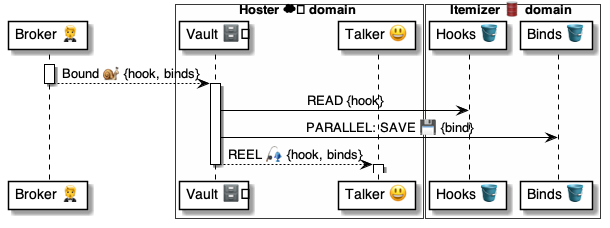
This is 4 ⚙️ Solution/41 🎭 Domain Roles/Vaults 🗄️/🗄️🅰️ Vault methods/Bound 🤵🐌🗄️/🗄️ Bound ⚙️ uml.png from pollyweb-org/pollyweb-docs, a PlantUML export, as it was before one commit. Its source is kept beside it as 4 ⚙️ Solution/41 🎭 Domain Roles/Vaults 🗄️/🗄️🅰️ Vault methods/Bound 🤵🐌🗄️/🗄️ Bound ⚙️ uml.puml.
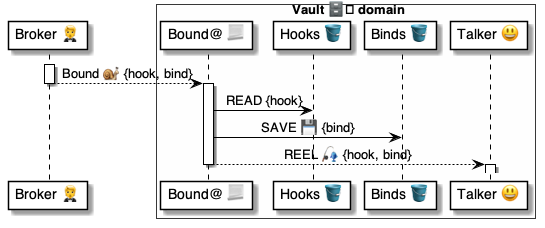
Later version of the same file.

What changed in the source:
```diff
@@ -2,24 +2,22 @@
 
 participant "Broker 🤵" as broker
 
-box Hoster ☁️ domain #FFFFFA
-    participant "Vault 🗄️" as vault
-    participant "Talker 😃" as talker
-end box
-box Itemizer 🛢 domain #FFFFFA
+box Vault 🗄️ domain #FFFFFA
+    participant "Bound@ 📃" as vault
     participant "Hooks 🪣" as hooks
     participant "Binds 🪣" as binds
+    participant "Talker 😃" as talker
 end box
 
 
 activate broker
-    broker --> vault: Bound 🐌 {hook, binds}
+    broker --> vault: Bound 🐌 {hook, bind}
 deactivate broker
 
 activate vault
     vault -> hooks: READ {hook}
-    vault -> binds: PARALLEL: SAVE 💾 {bind}
-    vault --> talker: REEL 🎣 {hook, binds}
+    vault -> binds: SAVE 💾 {bind}
+    vault --> talker: REEL 🎣 {hook, bind}
 deactivate vault
 
 activate talker
```
